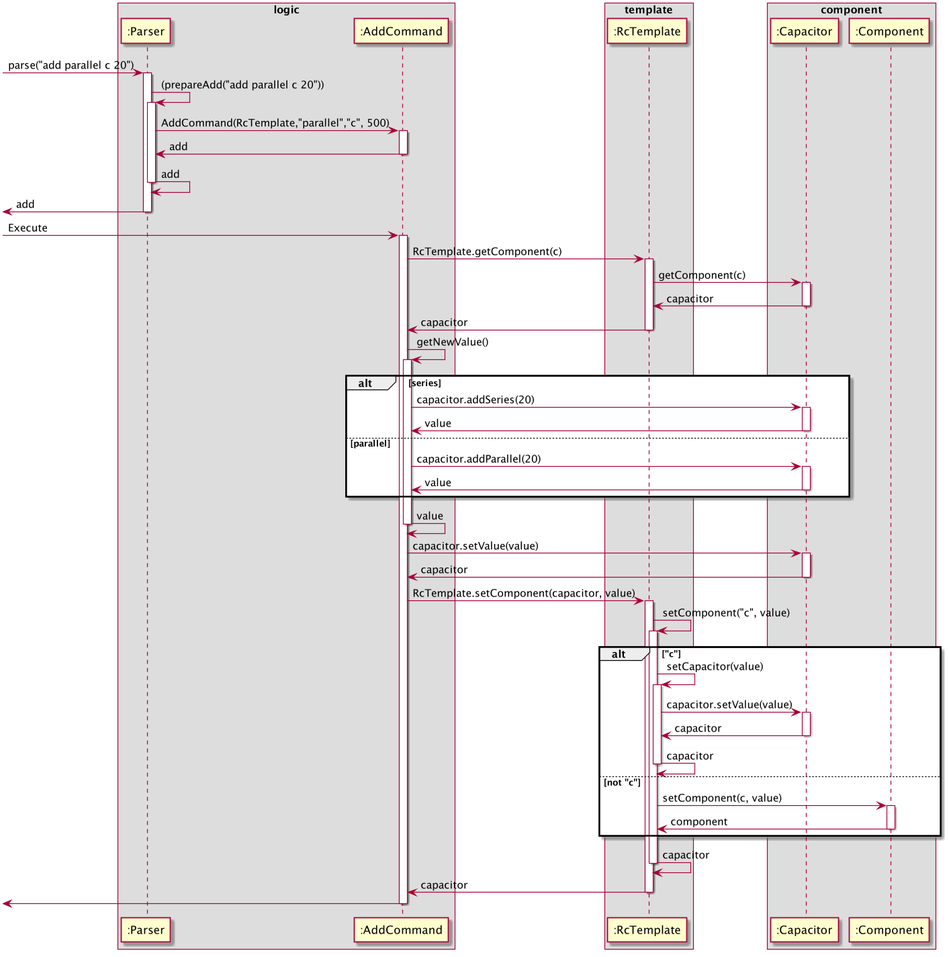
Above: docs/diagrams/AddSequenceDiagram.png in sevenseasofbri/tp (PlantUML), before the change.
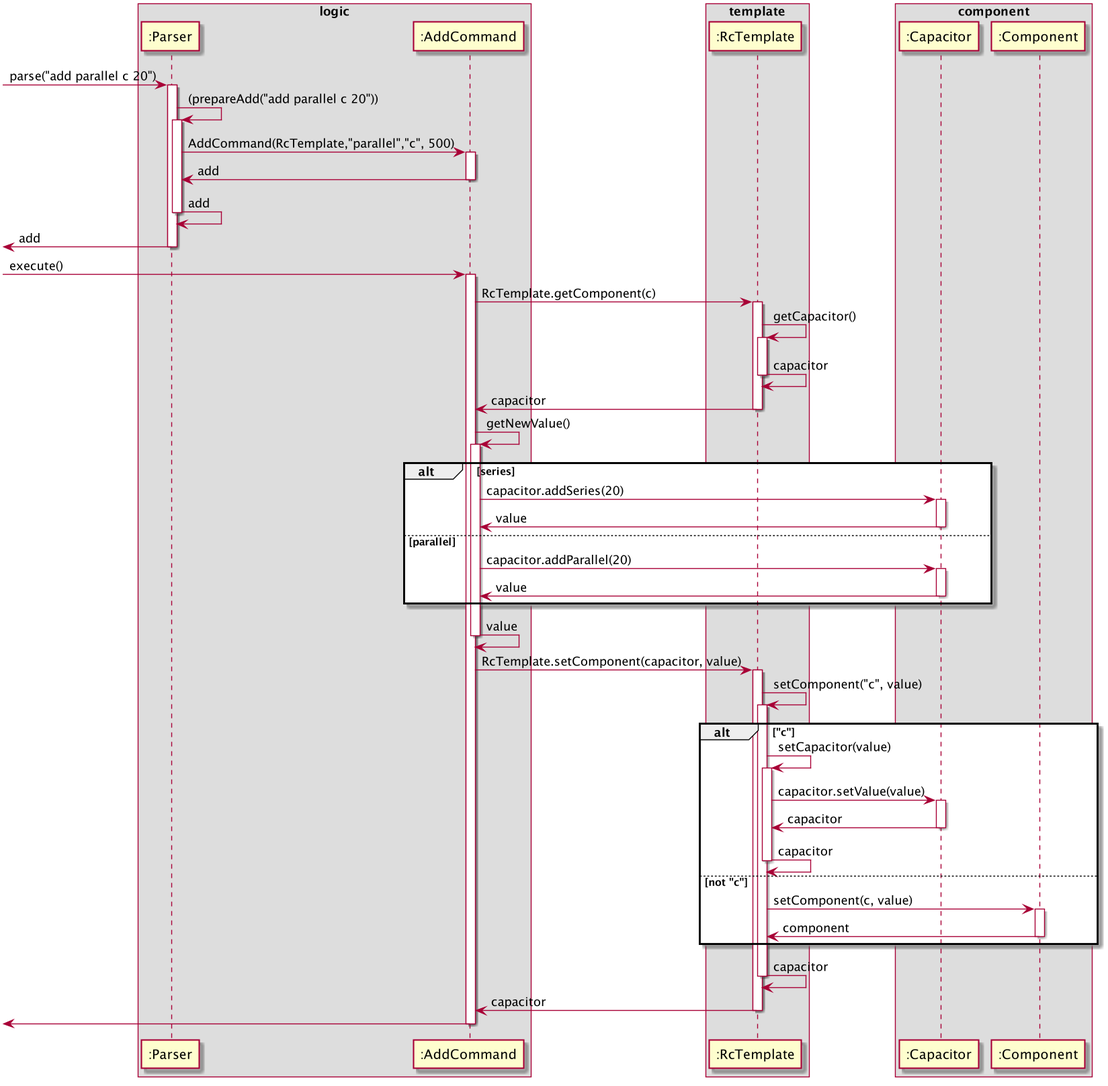
The same file after the commit.

Commit message:
Update addCommand UML diagram

The edit, as a diff of the source:
```diff
@@ -32,17 +32,17 @@
 [<- Parser : add
 deactivate Parser
 
-[-> AddCommand: Execute
+[-> AddCommand: execute()
 activate AddCommand
 
 AddCommand -> RcTemplate : RcTemplate.getComponent(c)
 activate RcTemplate
 
-RcTemplate -> Capacitor : getComponent(c)
-activate Capacitor
+RcTemplate -> RcTemplate : getCapacitor()
+activate RcTemplate
 
-RcTemplate <- Capacitor : capacitor
-deactivate Capacitor
+RcTemplate <- RcTemplate : capacitor
+deactivate RcTemplate
 
 AddCommand <- RcTemplate : capacitor
 deactivate RcTemplate
@@ -68,11 +68,6 @@
 AddCommand <- AddCommand : value
 deactivate AddCommand
 
-AddCommand -> Capacitor : capacitor.setValue(value)
-activate Capacitor
-
-AddCommand <- Capacitor : capacitor
-deactivate Capacitor
 
 AddCommand -> RcTemplate: RcTemplate.setComponent(capacitor, value)
 activate RcTemplate
```
